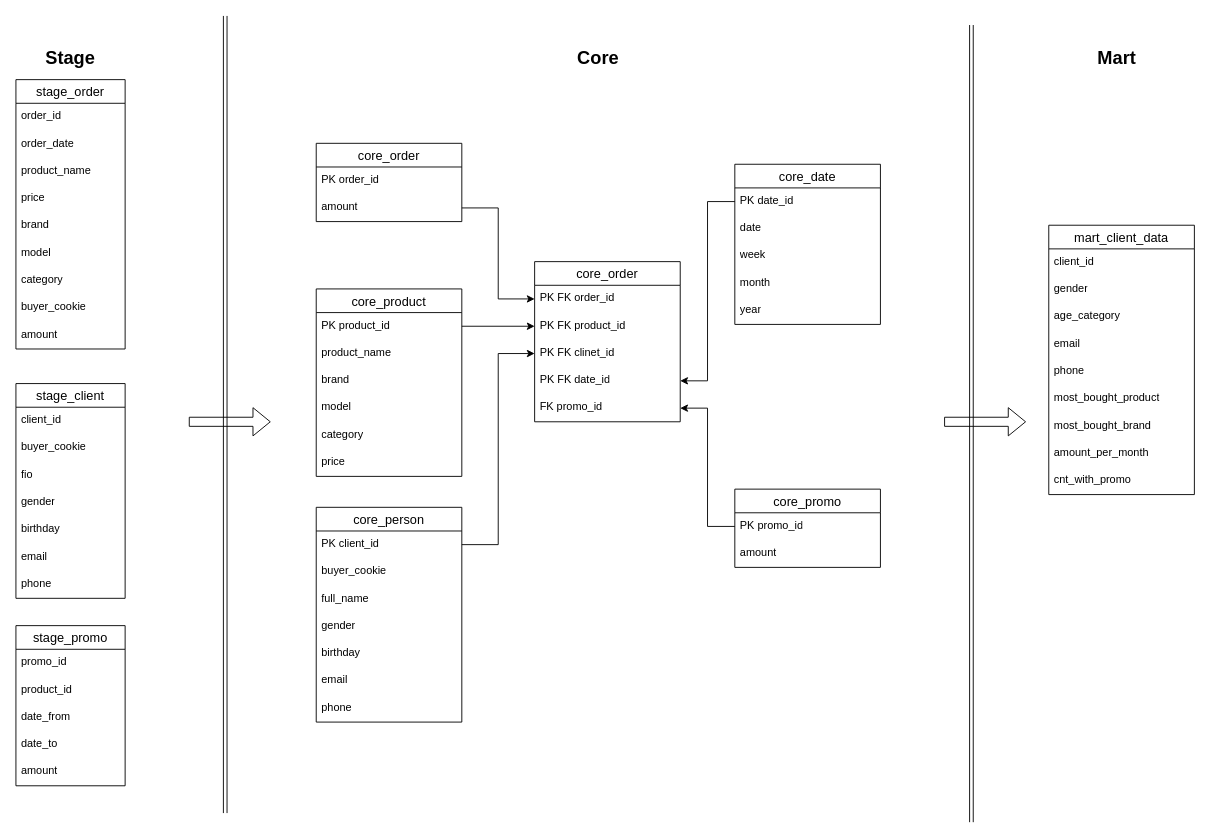
This is task_2.6/task_2.6.drawio from grintvl/de_study, a draw.io file, before an edit. Source tidied: cells renumbered, new cells numbered last; positions are measured from the earlier drawing's top-left corner, leaving out a move shared by most shapes. Both pictures are drawn from the tidied source at 91%, with x=0, y=0 at pixel (15, 15).
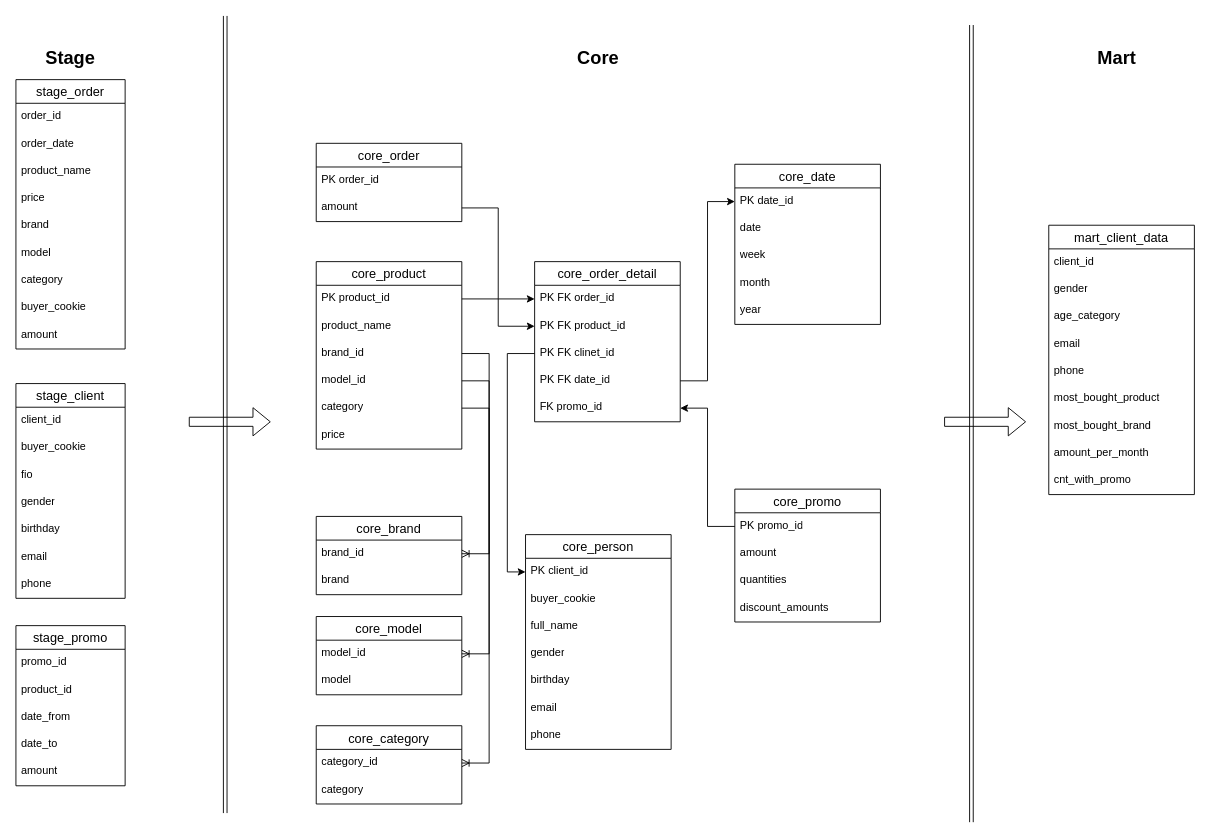
Above is the later version.

The change refers to these unchanged cells:
```xml
<mxCell id="36" value="category" style="text;strokeColor=none;fillColor=none;spacingLeft=4;spacingRight=4;overflow=hidden;points=[[0,0.5],[1,0.5]];portConstraint=eastwest;fontSize=12;whiteSpace=wrap;html=1;" parent="31" vertex="1">
  <mxGeometry y="146" width="160" height="30" as="geometry" />
</mxCell>
<mxCell id="39" value="PK client_id" style="text;strokeColor=none;fillColor=none;spacingLeft=4;spacingRight=4;overflow=hidden;points=[[0,0.5],[1,0.5]];portConstraint=eastwest;fontSize=12;whiteSpace=wrap;html=1;" parent="38" vertex="1">
  <mxGeometry y="26" width="160" height="30" as="geometry" />
</mxCell>
<mxCell id="49" value="PK FK clinet_id" style="text;strokeColor=none;fillColor=none;spacingLeft=4;spacingRight=4;overflow=hidden;points=[[0,0.5],[1,0.5]];portConstraint=eastwest;fontSize=12;whiteSpace=wrap;html=1;" parent="46" vertex="1">
  <mxGeometry y="86" width="160" height="30" as="geometry" />
</mxCell>
<mxCell id="50" value="PK FK date_id" style="text;strokeColor=none;fillColor=none;spacingLeft=4;spacingRight=4;overflow=hidden;points=[[0,0.5],[1,0.5]];portConstraint=eastwest;fontSize=12;whiteSpace=wrap;html=1;" parent="46" vertex="1">
  <mxGeometry y="116" width="160" height="30" as="geometry" />
</mxCell>
<mxCell id="56" value="PK date_id" style="text;strokeColor=none;fillColor=none;spacingLeft=4;spacingRight=4;overflow=hidden;points=[[0,0.5],[1,0.5]];portConstraint=eastwest;fontSize=12;whiteSpace=wrap;html=1;" parent="55" vertex="1">
  <mxGeometry y="26" width="160" height="30" as="geometry" />
</mxCell>
```

The edit, as a diff of the source:
```diff
@@
     <mxCell id="31" value="core_product" style="swimlane;fontStyle=0;horizontal=1;startSize=26;align=center;fontSize=14;" parent="1" vertex="1">
-      <mxGeometry x="330" y="300" width="160" height="206" as="geometry" />
+      <mxGeometry x="330" y="270" width="160" height="206" as="geometry" />
     </mxCell>
@@
-    <mxCell id="34" value="brand" style="text;strokeColor=none;fillColor=none;spacingLeft=4;spacingRight=4;overflow=hidden;points=[[0,0.5],[1,0.5]];portConstraint=eastwest;fontSize=12;whiteSpace=wrap;html=1;" parent="31" vertex="1">
+    <mxCell id="34" value="brand_id" style="text;strokeColor=none;fillColor=none;spacingLeft=4;spacingRight=4;overflow=hidden;points=[[0,0.5],[1,0.5]];portConstraint=eastwest;fontSize=12;whiteSpace=wrap;html=1;" parent="31" vertex="1">
       <mxGeometry y="86" width="160" height="30" as="geometry" />
     </mxCell>
-    <mxCell id="35" value="model" style="text;strokeColor=none;fillColor=none;spacingLeft=4;spacingRight=4;overflow=hidden;points=[[0,0.5],[1,0.5]];portConstraint=eastwest;fontSize=12;whiteSpace=wrap;html=1;" parent="31" vertex="1">
+    <mxCell id="35" value="model_id" style="text;strokeColor=none;fillColor=none;spacingLeft=4;spacingRight=4;overflow=hidden;points=[[0,0.5],[1,0.5]];portConstraint=eastwest;fontSize=12;whiteSpace=wrap;html=1;" parent="31" vertex="1">
       <mxGeometry y="116" width="160" height="30" as="geometry" />
     </mxCell>
@@
     <mxCell id="38" value="core_person" style="swimlane;fontStyle=0;horizontal=1;startSize=26;align=center;fontSize=14;" parent="1" vertex="1">
-      <mxGeometry x="330" y="540" width="160" height="236" as="geometry" />
+      <mxGeometry x="560" y="570" width="160" height="236" as="geometry" />
     </mxCell>
@@
-    <mxCell id="46" value="core_order" style="swimlane;fontStyle=0;horizontal=1;startSize=26;align=center;fontSize=14;" parent="1" vertex="1">
+    <mxCell id="46" value="core_order_detail" style="swimlane;fontStyle=0;horizontal=1;startSize=26;align=center;fontSize=14;" parent="1" vertex="1">
       <mxGeometry x="570" y="270" width="160" height="176" as="geometry" />
     </mxCell>
@@
     <mxCell id="52" value="core_promo" style="swimlane;fontStyle=0;horizontal=1;startSize=26;align=center;fontSize=14;" parent="1" vertex="1">
-      <mxGeometry x="790" y="520" width="160" height="86" as="geometry" />
+      <mxGeometry x="790" y="520" width="160" height="146" as="geometry" />
     </mxCell>
@@
+    <mxCell id="82" value="quantities" style="text;strokeColor=none;fillColor=none;spacingLeft=4;spacingRight=4;overflow=hidden;fontSize=12;whiteSpace=wrap;html=1;" parent="52" vertex="1">
+      <mxGeometry y="86" width="160" height="30" as="geometry" />
+    </mxCell>
+    <mxCell id="83" value="discount_amounts" style="text;strokeColor=none;fillColor=none;spacingLeft=4;spacingRight=4;overflow=hidden;fontSize=12;whiteSpace=wrap;html=1;" parent="52" vertex="1">
+      <mxGeometry y="116" width="160" height="30" as="geometry" />
+    </mxCell>
@@
-    <mxCell id="63" style="edgeStyle=orthogonalEdgeStyle;rounded=0;jettySize=auto;html=1;exitX=1;exitY=0.5;exitDx=0;exitDy=0;" parent="1" edge="1" source="39" target="49">
-      <mxGeometry relative="1" as="geometry" />
-    </mxCell>
-    <mxCell id="64" style="edgeStyle=orthogonalEdgeStyle;rounded=0;jettySize=auto;html=1;exitX=0;exitY=0.5;exitDx=0;exitDy=0;" parent="1" edge="1" source="56" target="50">
-      <mxGeometry relative="1" as="geometry" />
-    </mxCell>
@@
+    <mxCell id="84" value="core_brand" style="swimlane;fontStyle=0;horizontal=1;startSize=26;align=center;fontSize=14;" parent="1" vertex="1">
+      <mxGeometry x="330" y="550" width="160" height="86" as="geometry" />
+    </mxCell>
+    <mxCell id="85" value="brand_id" style="text;strokeColor=none;fillColor=none;spacingLeft=4;spacingRight=4;overflow=hidden;points=[[0,0.5],[1,0.5]];portConstraint=eastwest;fontSize=12;whiteSpace=wrap;html=1;" parent="84" vertex="1">
+      <mxGeometry y="26" width="160" height="30" as="geometry" />
+    </mxCell>
+    <mxCell id="86" value="brand" style="text;strokeColor=none;fillColor=none;spacingLeft=4;spacingRight=4;overflow=hidden;fontSize=12;whiteSpace=wrap;html=1;" parent="84" vertex="1">
+      <mxGeometry y="56" width="160" height="30" as="geometry" />
+    </mxCell>
+    <mxCell id="87" value="core_model" style="swimlane;fontStyle=0;horizontal=1;startSize=26;align=center;fontSize=14;" parent="1" vertex="1">
+      <mxGeometry x="330" y="660" width="160" height="86" as="geometry" />
+    </mxCell>
+    <mxCell id="88" value="model_id" style="text;strokeColor=none;fillColor=none;spacingLeft=4;spacingRight=4;overflow=hidden;points=[[0,0.5],[1,0.5]];portConstraint=eastwest;fontSize=12;whiteSpace=wrap;html=1;" parent="87" vertex="1">
+      <mxGeometry y="26" width="160" height="30" as="geometry" />
+    </mxCell>
+    <mxCell id="89" value="model" style="text;strokeColor=none;fillColor=none;spacingLeft=4;spacingRight=4;overflow=hidden;fontSize=12;whiteSpace=wrap;html=1;" parent="87" vertex="1">
+      <mxGeometry y="56" width="160" height="30" as="geometry" />
+    </mxCell>
+    <mxCell id="90" style="edgeStyle=entityRelationEdgeStyle;fontSize=12;html=1;endArrow=ERoneToMany;rounded=0;entryX=1;entryY=0.5;entryDx=0;entryDy=0;exitX=1;exitY=0.5;exitDx=0;exitDy=0;" parent="1" edge="1" source="34" target="85">
+      <mxGeometry relative="1" as="geometry">
+        <Array as="points">
+          <mxPoint x="270" y="490" />
+          <mxPoint x="310" y="510" />
+        </Array>
+      </mxGeometry>
+    </mxCell>
+    <mxCell id="91" style="edgeStyle=entityRelationEdgeStyle;fontSize=12;html=1;endArrow=ERoneToMany;rounded=0;entryX=1;entryY=0.5;entryDx=0;entryDy=0;exitX=1;exitY=0.5;exitDx=0;exitDy=0;" parent="1" edge="1" source="35" target="88">
+      <mxGeometry relative="1" as="geometry" />
+    </mxCell>
+    <mxCell id="92" value="core_category" style="swimlane;fontStyle=0;horizontal=1;startSize=26;align=center;fontSize=14;" parent="1" vertex="1">
+      <mxGeometry x="330" y="780" width="160" height="86" as="geometry" />
+    </mxCell>
+    <mxCell id="93" value="category_id" style="text;strokeColor=none;fillColor=none;spacingLeft=4;spacingRight=4;overflow=hidden;points=[[0,0.5],[1,0.5]];portConstraint=eastwest;fontSize=12;whiteSpace=wrap;html=1;" parent="92" vertex="1">
+      <mxGeometry y="26" width="160" height="30" as="geometry" />
+    </mxCell>
+    <mxCell id="94" value="category" style="text;strokeColor=none;fillColor=none;spacingLeft=4;spacingRight=4;overflow=hidden;fontSize=12;whiteSpace=wrap;html=1;" parent="92" vertex="1">
+      <mxGeometry y="56" width="160" height="30" as="geometry" />
+    </mxCell>
+    <mxCell id="95" style="edgeStyle=entityRelationEdgeStyle;fontSize=12;html=1;endArrow=ERoneToMany;rounded=0;entryX=1;entryY=0.5;entryDx=0;entryDy=0;exitX=1;exitY=0.5;exitDx=0;exitDy=0;" parent="1" edge="1" source="36" target="93">
+      <mxGeometry relative="1" as="geometry" />
+    </mxCell>
+    <mxCell id="96" style="edgeStyle=orthogonalEdgeStyle;rounded=0;jettySize=auto;html=1;exitX=0;exitY=0.5;exitDx=0;exitDy=0;entryX=0;entryY=0.5;entryDx=0;entryDy=0;" parent="1" edge="1" source="49" target="39">
+      <mxGeometry relative="1" as="geometry" />
+    </mxCell>
+    <mxCell id="97" style="edgeStyle=orthogonalEdgeStyle;rounded=0;jettySize=auto;html=1;entryX=0;entryY=0.5;entryDx=0;entryDy=0;" parent="1" edge="1" source="50" target="56">
+      <mxGeometry relative="1" as="geometry" />
+    </mxCell>
```
